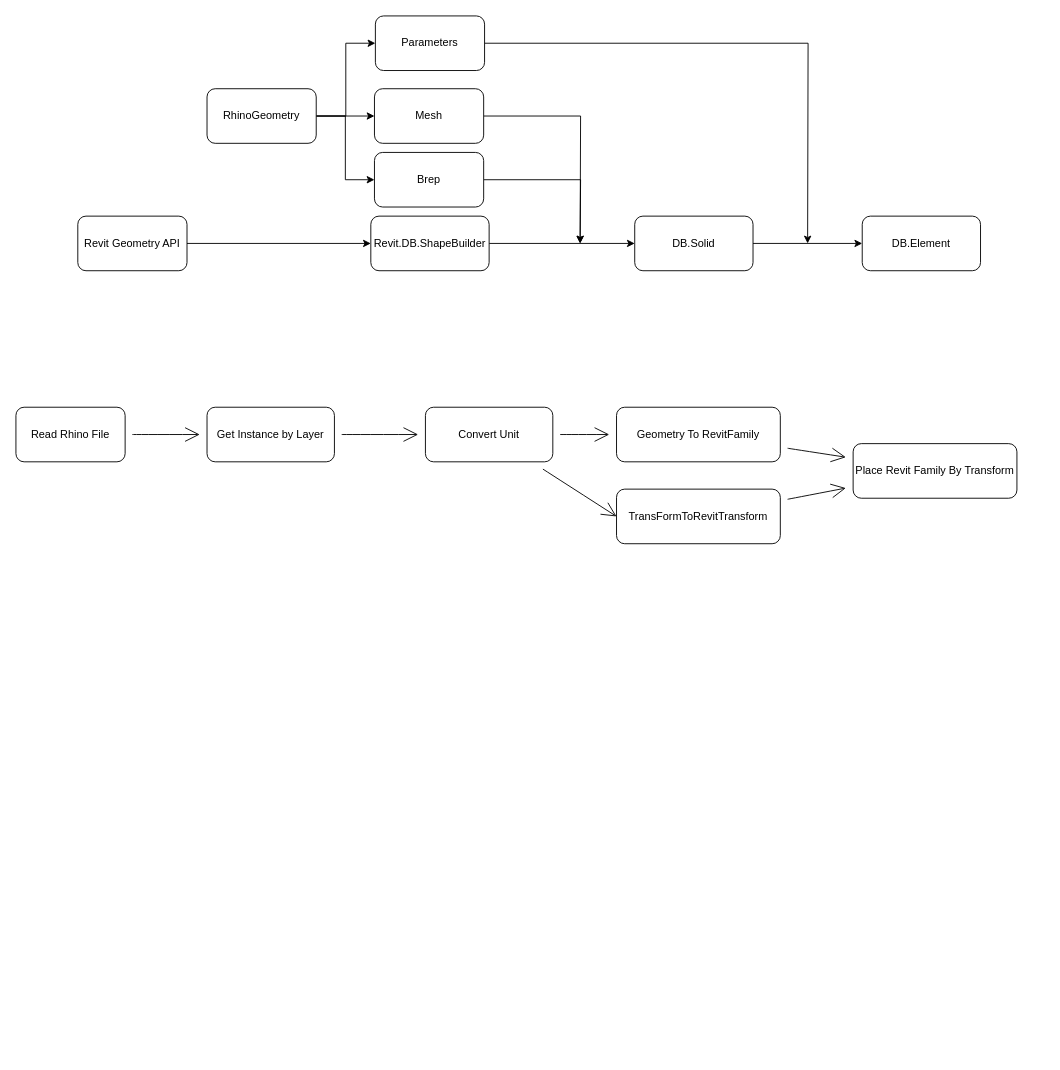
Earlier version of the draw.io diagram RhinoToRevit.drawio (gaochaowyq/MinderGraph). Source tidied: cells renumbered, new cells numbered last; positions are measured from the earlier drawing's top-left corner, leaving out a move shared by most shapes. Both pictures are drawn from the tidied source at 91%, with x=0, y=0 at pixel (15, 15).
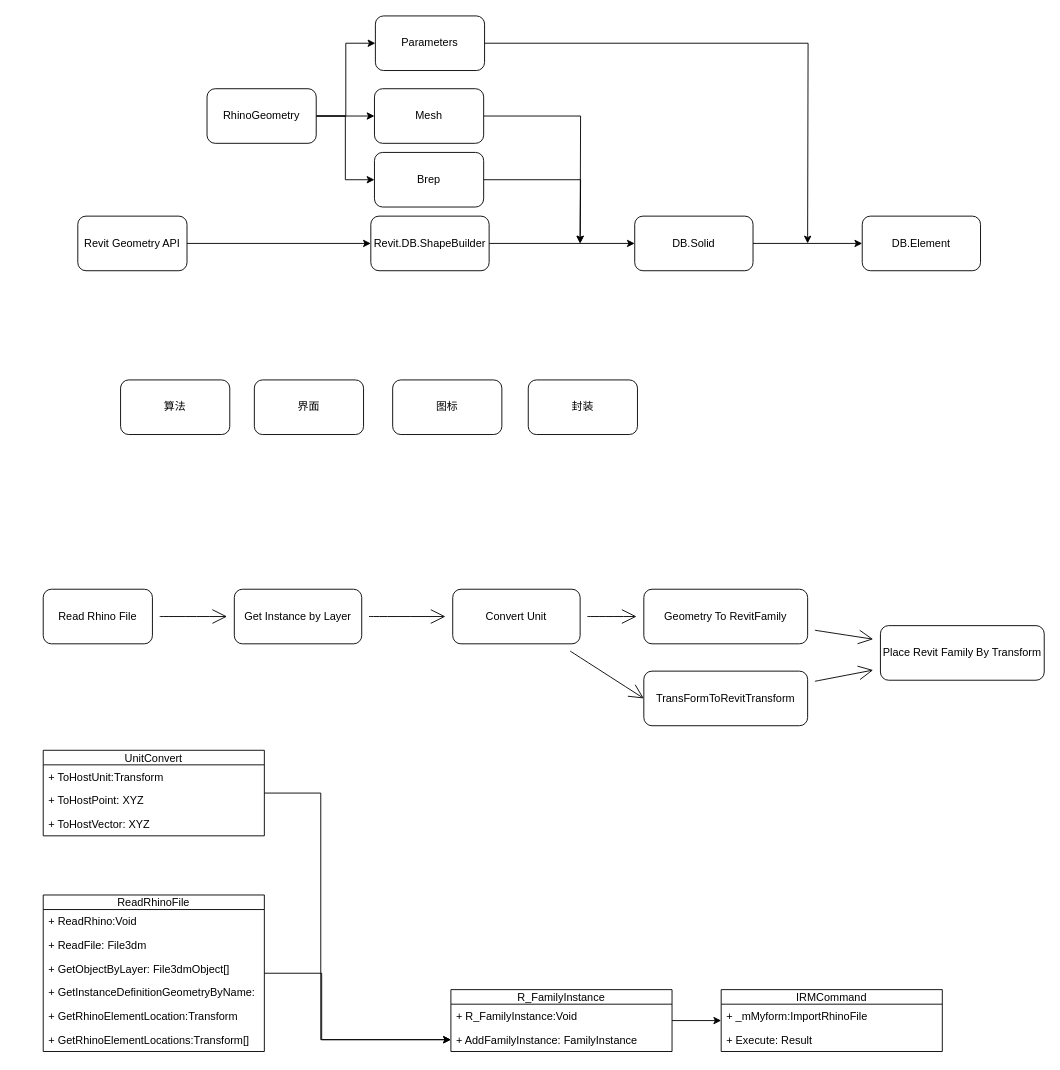
After the change.

The edit, as a diff of the source:
```diff
@@
     <mxCell id="20" value="Read Rhino File" style="rounded=1;whiteSpace=wrap;html=1;hachureGap=4;" parent="1" vertex="1">
-      <mxGeometry y="430" width="120" height="60" as="geometry" />
+      <mxGeometry x="30" y="630" width="120" height="60" as="geometry" />
     </mxCell>
@@
     <mxCell id="22" value="Get Instance by Layer" style="rounded=1;whiteSpace=wrap;html=1;hachureGap=4;" parent="1" vertex="1">
-      <mxGeometry x="210" y="430" width="140" height="60" as="geometry" />
+      <mxGeometry x="240" y="630" width="140" height="60" as="geometry" />
     </mxCell>
@@
     <mxCell id="25" value="Convert Unit" style="rounded=1;whiteSpace=wrap;html=1;hachureGap=4;" parent="1" vertex="1">
-      <mxGeometry x="450" y="430" width="140" height="60" as="geometry" />
+      <mxGeometry x="480" y="630" width="140" height="60" as="geometry" />
     </mxCell>
@@
     <mxCell id="27" value="Geometry To RevitFamily" style="rounded=1;whiteSpace=wrap;html=1;hachureGap=4;" parent="1" vertex="1">
-      <mxGeometry x="660" y="430" width="180" height="60" as="geometry" />
+      <mxGeometry x="690" y="630" width="180" height="60" as="geometry" />
     </mxCell>
@@
     <mxCell id="29" value="TransFormToRevitTransform" style="rounded=1;whiteSpace=wrap;html=1;hachureGap=4;" parent="1" vertex="1">
-      <mxGeometry x="660" y="520" width="180" height="60" as="geometry" />
+      <mxGeometry x="690" y="720" width="180" height="60" as="geometry" />
     </mxCell>
     <mxCell id="30" value="Place Revit Family By Transform" style="rounded=1;whiteSpace=wrap;html=1;hachureGap=4;" parent="1" vertex="1">
-      <mxGeometry x="920" y="470" width="180" height="60" as="geometry" />
+      <mxGeometry x="950" y="670" width="180" height="60" as="geometry" />
     </mxCell>
+    <mxCell id="31" value="算法" style="rounded=1;whiteSpace=wrap;html=1;" parent="1" vertex="1">
+      <mxGeometry x="115" y="400" width="120" height="60" as="geometry" />
+    </mxCell>
+    <mxCell id="32" value="界面" style="rounded=1;whiteSpace=wrap;html=1;" parent="1" vertex="1">
+      <mxGeometry x="262" y="400" width="120" height="60" as="geometry" />
+    </mxCell>
+    <mxCell id="33" value="图标" style="rounded=1;whiteSpace=wrap;html=1;" parent="1" vertex="1">
+      <mxGeometry x="414" y="400" width="120" height="60" as="geometry" />
+    </mxCell>
+    <mxCell id="34" value="封装" style="rounded=1;whiteSpace=wrap;html=1;" parent="1" vertex="1">
+      <mxGeometry x="563" y="400" width="120" height="60" as="geometry" />
+    </mxCell>
+    <mxCell id="35" style="edgeStyle=orthogonalEdgeStyle;rounded=0;jettySize=auto;html=1;" parent="1" edge="1" source="36" target="46">
+      <mxGeometry relative="1" as="geometry">
+        <Array as="points">
+          <mxPoint x="336" y="1052" />
+          <mxPoint x="336" y="1125" />
+        </Array>
+      </mxGeometry>
+    </mxCell>
+    <mxCell id="36" value="ReadRhinoFile" style="swimlane;fontStyle=0;horizontal=1;startSize=16;fillColor=none;" parent="1" vertex="1">
+      <mxGeometry x="30" y="966" width="243" height="172" as="geometry" />
+    </mxCell>
+    <mxCell id="37" value="+ ReadRhino:Void" style="text;strokeColor=none;fillColor=none;align=left;verticalAlign=top;spacingLeft=4;spacingRight=4;overflow=hidden;" parent="36" vertex="1">
+      <mxGeometry y="16" width="243" height="26" as="geometry" />
+    </mxCell>
+    <mxCell id="38" value="+ ReadFile: File3dm" style="text;strokeColor=none;fillColor=none;align=left;verticalAlign=top;spacingLeft=4;spacingRight=4;overflow=hidden;" parent="36" vertex="1">
+      <mxGeometry y="42" width="243" height="26" as="geometry" />
+    </mxCell>
+    <mxCell id="39" value="+ GetObjectByLayer: File3dmObject[]" style="text;strokeColor=none;fillColor=none;align=left;verticalAlign=top;spacingLeft=4;spacingRight=4;overflow=hidden;" parent="36" vertex="1">
+      <mxGeometry y="68" width="243" height="26" as="geometry" />
+    </mxCell>
+    <mxCell id="40" value="+ GetInstanceDefinitionGeometryByName:" style="text;strokeColor=none;fillColor=none;align=left;verticalAlign=top;spacingLeft=4;spacingRight=4;overflow=hidden;" parent="36" vertex="1">
+      <mxGeometry y="94" width="243" height="26" as="geometry" />
+    </mxCell>
+    <mxCell id="41" value="+ GetRhinoElementLocation:Transform" style="text;strokeColor=none;fillColor=none;align=left;verticalAlign=top;spacingLeft=4;spacingRight=4;overflow=hidden;" parent="36" vertex="1">
+      <mxGeometry y="120" width="243" height="26" as="geometry" />
+    </mxCell>
+    <mxCell id="42" value="+ GetRhinoElementLocations:Transform[]" style="text;strokeColor=none;fillColor=none;align=left;verticalAlign=top;spacingLeft=4;spacingRight=4;overflow=hidden;" parent="36" vertex="1">
+      <mxGeometry y="146" width="243" height="26" as="geometry" />
+    </mxCell>
+    <mxCell id="43" style="edgeStyle=orthogonalEdgeStyle;rounded=0;jettySize=auto;html=1;" parent="1" edge="1" source="44" target="52">
+      <mxGeometry relative="1" as="geometry" />
+    </mxCell>
+    <mxCell id="44" value="R_FamilyInstance" style="swimlane;fontStyle=0;horizontal=1;startSize=16;fillColor=none;" parent="1" vertex="1">
+      <mxGeometry x="478" y="1070" width="243" height="68" as="geometry" />
+    </mxCell>
+    <mxCell id="45" value="+ R_FamilyInstance:Void" style="text;strokeColor=none;fillColor=none;align=left;verticalAlign=top;spacingLeft=4;spacingRight=4;overflow=hidden;" parent="44" vertex="1">
+      <mxGeometry y="16" width="243" height="26" as="geometry" />
+    </mxCell>
+    <mxCell id="46" value="+ AddFamilyInstance: FamilyInstance" style="text;strokeColor=none;fillColor=none;align=left;verticalAlign=top;spacingLeft=4;spacingRight=4;overflow=hidden;points=[[0,0.5],[1,0.5]];portConstraint=eastwest;" parent="44" vertex="1">
+      <mxGeometry y="42" width="243" height="26" as="geometry" />
+    </mxCell>
+    <mxCell id="47" style="edgeStyle=orthogonalEdgeStyle;rounded=0;jettySize=auto;html=1;entryX=0;entryY=0.5;entryDx=0;entryDy=0;" parent="1" edge="1" source="48" target="46">
+      <mxGeometry relative="1" as="geometry">
+        <Array as="points">
+          <mxPoint x="335" y="854" />
+          <mxPoint x="335" y="1125" />
+        </Array>
+      </mxGeometry>
+    </mxCell>
+    <mxCell id="48" value="UnitConvert" style="swimlane;fontStyle=0;horizontal=1;startSize=16;fillColor=none;" parent="1" vertex="1">
+      <mxGeometry x="30" y="807" width="243" height="94" as="geometry" />
+    </mxCell>
+    <mxCell id="49" value="+ ToHostUnit:Transform" style="text;strokeColor=none;fillColor=none;align=left;verticalAlign=top;spacingLeft=4;spacingRight=4;overflow=hidden;" parent="48" vertex="1">
+      <mxGeometry y="16" width="243" height="26" as="geometry" />
+    </mxCell>
+    <mxCell id="50" value="+ ToHostPoint: XYZ" style="text;strokeColor=none;fillColor=none;align=left;verticalAlign=top;spacingLeft=4;spacingRight=4;overflow=hidden;" parent="48" vertex="1">
+      <mxGeometry y="42" width="243" height="26" as="geometry" />
+    </mxCell>
+    <mxCell id="51" value="+ ToHostVector: XYZ" style="text;strokeColor=none;fillColor=none;align=left;verticalAlign=top;spacingLeft=4;spacingRight=4;overflow=hidden;" parent="48" vertex="1">
+      <mxGeometry y="68" width="243" height="26" as="geometry" />
+    </mxCell>
+    <mxCell id="52" value="IRMCommand" style="swimlane;fontStyle=0;horizontal=1;startSize=16;fillColor=none;" parent="1" vertex="1">
+      <mxGeometry x="775" y="1070" width="243" height="68" as="geometry" />
+    </mxCell>
+    <mxCell id="53" value="+ _mMyform:ImportRhinoFile" style="text;strokeColor=none;fillColor=none;align=left;verticalAlign=top;spacingLeft=4;spacingRight=4;overflow=hidden;" parent="52" vertex="1">
+      <mxGeometry y="16" width="243" height="26" as="geometry" />
+    </mxCell>
+    <mxCell id="54" value="+ Execute: Result" style="text;strokeColor=none;fillColor=none;align=left;verticalAlign=top;spacingLeft=4;spacingRight=4;overflow=hidden;" parent="52" vertex="1">
+      <mxGeometry y="42" width="243" height="26" as="geometry" />
+    </mxCell>
```
